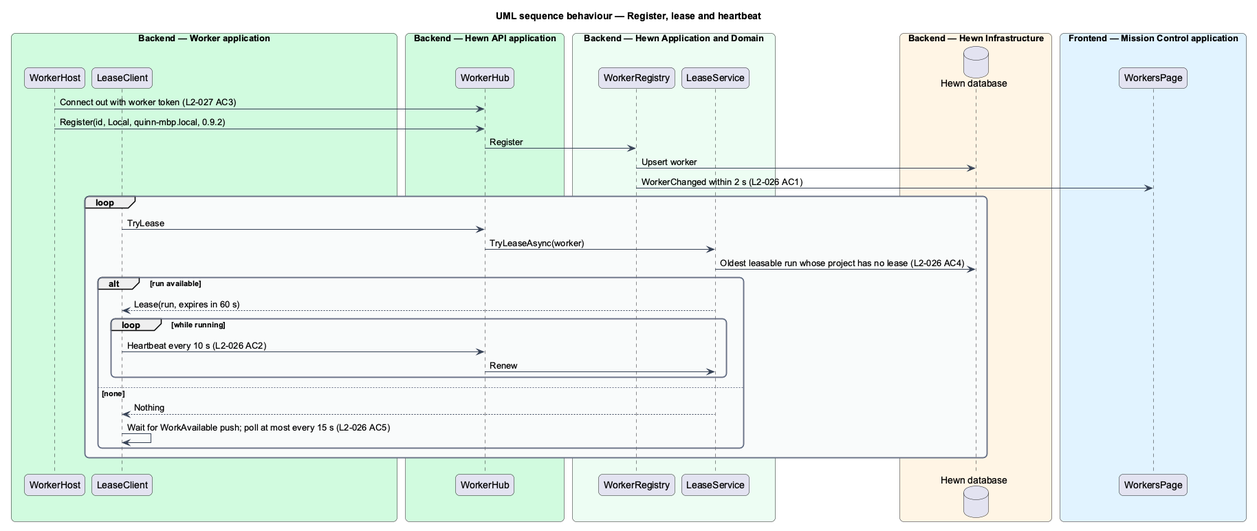
Earlier version of the PlantUML export docs/detailed-designs/agent-runtime/worker-loop/diagrams/sequence-register-and-lease.png (QuinntyneBrown/hewn).
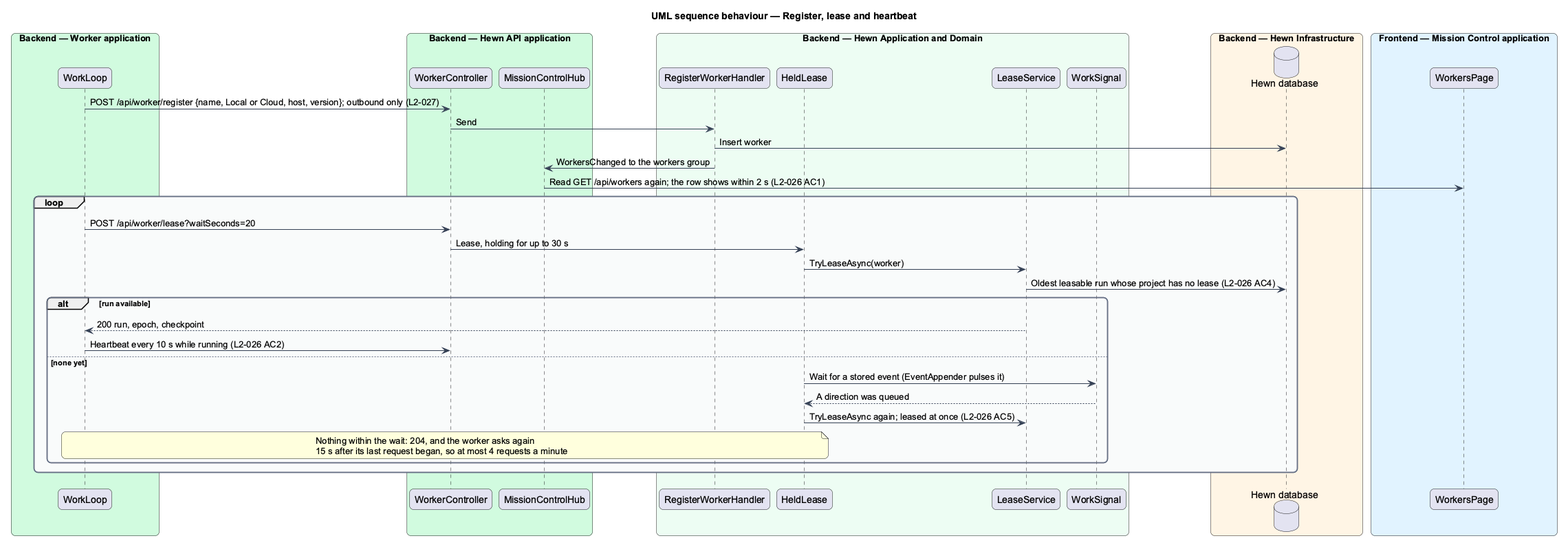
The same file after the commit.

The edit, as a diff of the source:
```diff
@@ -16,15 +16,17 @@
 }
 skinparam sequenceMessageAlign left
 box "Backend — Worker application" #D1FADF
-  participant "WorkerHost" as host
-  participant "LeaseClient" as lc
+  participant "WorkLoop" as loop
 end box
 box "Backend — Hewn API application" #D1FADF
-  participant "WorkerHub" as hub
+  participant "WorkerController" as ctrl
+  participant "MissionControlHub" as hub
 end box
 box "Backend — Hewn Application and Domain" #ECFDF3
-  participant "WorkerRegistry" as reg
+  participant "RegisterWorkerHandler" as reg
+  participant "HeldLease" as held
   participant "LeaseService" as lease
+  participant "WorkSignal" as signal
 end box
 box "Backend — Hewn Infrastructure" #FFF4E5
   database "Hewn database" as db
@@ -32,24 +34,24 @@
 box "Frontend — Mission Control application" #E0F2FE
   participant "WorkersPage" as page
 end box
-host -> hub : Connect out with worker token (L2-027 AC3)
-host -> hub : Register(id, Local, quinn-mbp.local, 0.9.2)
-hub -> reg : Register
-reg -> db : Upsert worker
-reg -> page : WorkerChanged within 2 s (L2-026 AC1)
+loop -> ctrl : POST /api/worker/register {name, Local or Cloud, host, version}; outbound only (L2-027)
+ctrl -> reg : Send
+reg -> db : Insert worker
+reg -> hub : WorkersChanged to the workers group
+hub -> page : Read GET /api/workers again; the row shows within 2 s (L2-026 AC1)
 loop
-  lc -> hub : TryLease
-  hub -> lease : TryLeaseAsync(worker)
+  loop -> ctrl : POST /api/worker/lease?waitSeconds=20
+  ctrl -> held : Lease, holding for up to 30 s
+  held -> lease : TryLeaseAsync(worker)
   lease -> db : Oldest leasable run whose project has no lease (L2-026 AC4)
   alt run available
-    lease --> lc : Lease(run, expires in 60 s)
-    loop while running
-      lc -> hub : Heartbeat every 10 s (L2-026 AC2)
-      hub -> lease : Renew
-    end
-  else none
-    lease --> lc : Nothing
-    lc -> lc : Wait for WorkAvailable push; poll at most every 15 s (L2-026 AC5)
+    lease --> loop : 200 run, epoch, checkpoint
+    loop -> ctrl : Heartbeat every 10 s while running (L2-026 AC2)
+  else none yet
+    held -> signal : Wait for a stored event (EventAppender pulses it)
+    signal --> held : A direction was queued
+    held -> lease : TryLeaseAsync again; leased at once (L2-026 AC5)
+    note over loop, held : Nothing within the wait: 204, and the worker asks again\n15 s after its last request began, so at most 4 requests a minute
   end
 end
 @enduml
```
